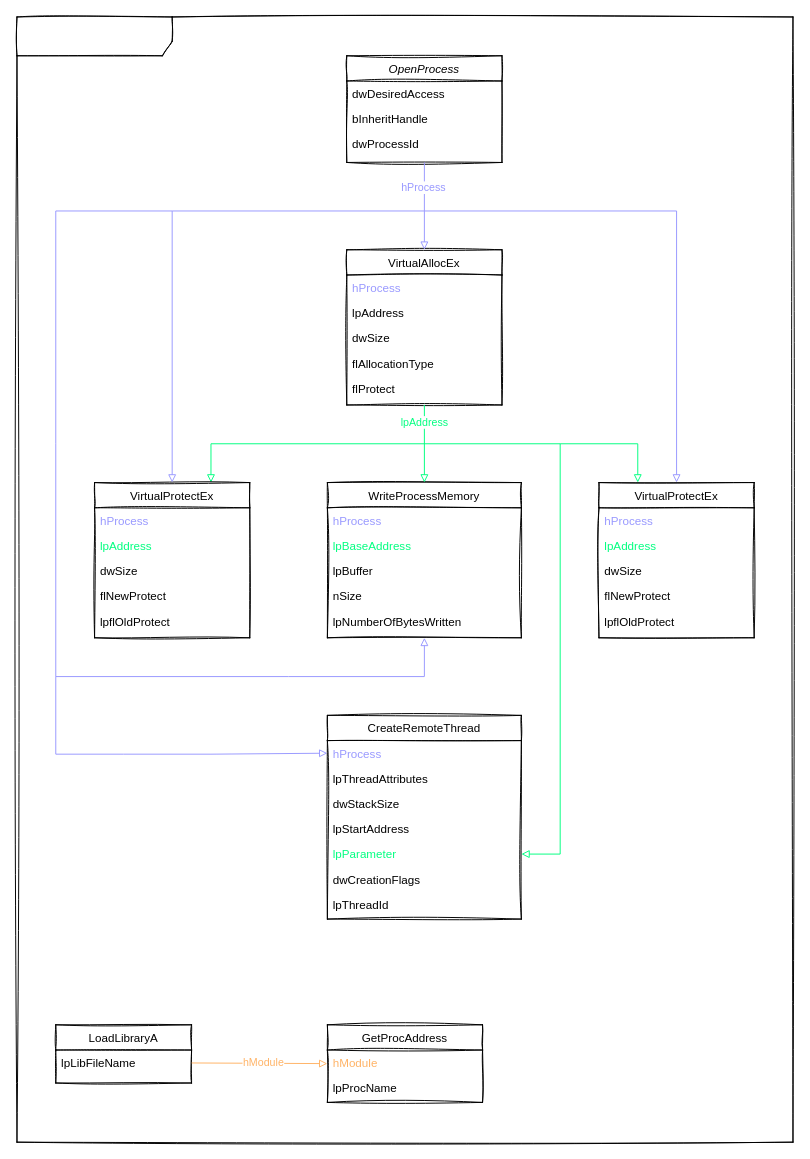
Before: docs/drawio/injectModule.drawio in themonsterdev/reverse-engineering, a draw.io diagram. Source tidied: cells renumbered, new cells numbered last; positions are measured from the earlier drawing's top-left corner, leaving out a move shared by most shapes. Both pictures are drawn from the tidied source at 97%, with x=0, y=0 at pixel (16, 16).
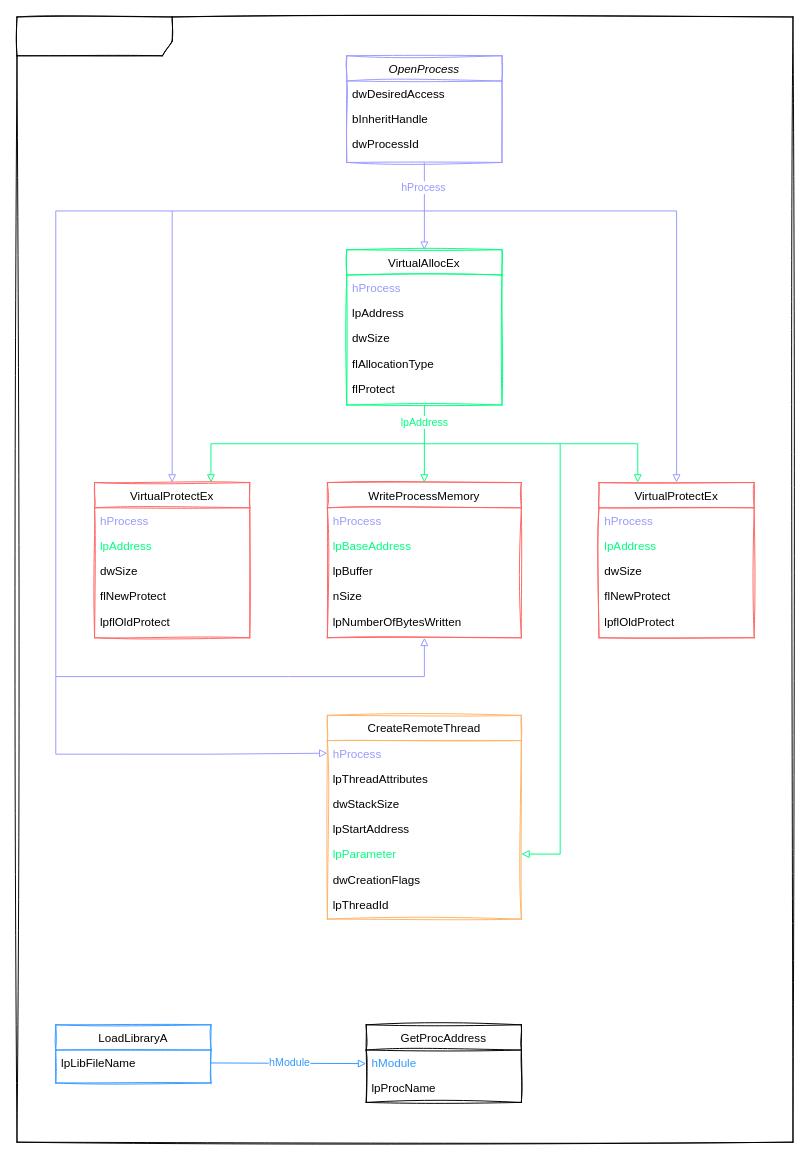
Above is the later version.

Change to the diagram source:
```diff
@@
-    <mxCell id="2" value="OpenProcess" style="swimlane;fontStyle=2;align=center;verticalAlign=top;horizontal=1;startSize=26;rounded=0;shadow=0;strokeWidth=1;swimlaneFillColor=none;sketch=1;glass=0;" parent="1" vertex="1">
+    <mxCell id="2" value="OpenProcess" style="swimlane;fontStyle=2;align=center;verticalAlign=top;horizontal=1;startSize=26;rounded=0;shadow=0;strokeWidth=1;swimlaneFillColor=none;sketch=1;glass=0;perimeterSpacing=0;strokeColor=#9999FF;" parent="1" vertex="1">
       <mxGeometry x="340" y="40" width="160" height="110" as="geometry" />
     </mxCell>
@@
-    <mxCell id="7" value="VirtualAllocEx" style="swimlane;fontStyle=0;align=center;verticalAlign=top;horizontal=1;startSize=26;rounded=0;shadow=0;strokeWidth=1;sketch=1;" parent="1" vertex="1">
+    <mxCell id="7" value="VirtualAllocEx" style="swimlane;fontStyle=0;align=center;verticalAlign=top;horizontal=1;startSize=26;rounded=0;shadow=0;strokeWidth=1;sketch=1;strokeColor=#00FF80;" parent="1" vertex="1">
       <mxGeometry x="340" y="240" width="160" height="160" as="geometry" />
     </mxCell>
@@
-    <mxCell id="13" value="VirtualProtectEx" style="swimlane;fontStyle=0;align=center;verticalAlign=top;horizontal=1;startSize=26;rounded=0;shadow=0;strokeWidth=1;sketch=1;" parent="1" vertex="1">
+    <mxCell id="13" value="VirtualProtectEx" style="swimlane;fontStyle=0;align=center;verticalAlign=top;horizontal=1;startSize=26;rounded=0;shadow=0;strokeWidth=1;sketch=1;strokeColor=#FF6666;" parent="1" vertex="1">
       <mxGeometry x="80" y="480" width="160" height="160" as="geometry" />
     </mxCell>
@@
-    <mxCell id="20" value="WriteProcessMemory" style="swimlane;fontStyle=0;align=center;verticalAlign=top;horizontal=1;startSize=26;rounded=0;shadow=0;strokeWidth=1;sketch=1;" parent="1" vertex="1">
+    <mxCell id="20" value="WriteProcessMemory" style="swimlane;fontStyle=0;align=center;verticalAlign=top;horizontal=1;startSize=26;rounded=0;shadow=0;strokeWidth=1;sketch=1;strokeColor=#FF6666;" parent="1" vertex="1">
       <mxGeometry x="320" y="480" width="200" height="160" as="geometry" />
     </mxCell>
@@
-    <mxCell id="26" value="VirtualProtectEx" style="swimlane;fontStyle=0;align=center;verticalAlign=top;horizontal=1;startSize=26;rounded=0;shadow=0;strokeWidth=1;sketch=1;" parent="1" vertex="1">
+    <mxCell id="26" value="VirtualProtectEx" style="swimlane;fontStyle=0;align=center;verticalAlign=top;horizontal=1;startSize=26;rounded=0;shadow=0;strokeWidth=1;sketch=1;strokeColor=#FF6666;" parent="1" vertex="1">
       <mxGeometry x="600" y="480" width="160" height="160" as="geometry" />
     </mxCell>
@@
-    <mxCell id="32" value="LoadLibraryA" style="swimlane;fontStyle=0;align=center;verticalAlign=top;horizontal=1;startSize=26;rounded=0;shadow=0;strokeWidth=1;sketch=1;" parent="1" vertex="1">
-      <mxGeometry x="40" y="1039" width="140" height="60" as="geometry" />
+    <mxCell id="32" value="LoadLibraryA" style="swimlane;fontStyle=0;align=center;verticalAlign=top;horizontal=1;startSize=26;rounded=0;shadow=0;strokeWidth=1;sketch=1;strokeColor=#3399FF;" parent="1" vertex="1">
+      <mxGeometry x="40" y="1039" width="160" height="60" as="geometry" />
     </mxCell>
     <mxCell id="33" value="lpLibFileName" style="text;align=left;verticalAlign=top;spacingLeft=4;spacingRight=4;overflow=hidden;points=[[0,0.5],[1,0.5]];portConstraint=eastwest;" parent="32" vertex="1">
-      <mxGeometry y="26" width="140" height="26" as="geometry" />
+      <mxGeometry y="26" width="160" height="26" as="geometry" />
     </mxCell>
     <mxCell id="34" value="GetProcAddress" style="swimlane;fontStyle=0;align=center;verticalAlign=top;horizontal=1;startSize=26;rounded=0;shadow=0;strokeWidth=1;sketch=1;" parent="1" vertex="1">
-      <mxGeometry x="320" y="1039" width="160" height="80" as="geometry" />
+      <mxGeometry x="360" y="1039" width="160" height="80" as="geometry" />
     </mxCell>
-    <mxCell id="35" value="hModule" style="text;align=left;verticalAlign=top;spacingLeft=4;spacingRight=4;overflow=hidden;fontColor=#FFB366;" parent="34" vertex="1">
+    <mxCell id="35" value="hModule" style="text;align=left;verticalAlign=top;spacingLeft=4;spacingRight=4;overflow=hidden;fontColor=#3399FF;" parent="34" vertex="1">
       <mxGeometry y="26" width="160" height="26" as="geometry" />
     </mxCell>
@@
-    <mxCell id="38" value="CreateRemoteThread" style="swimlane;fontStyle=0;align=center;verticalAlign=top;horizontal=1;startSize=26;rounded=0;shadow=0;strokeWidth=1;sketch=1;" parent="1" vertex="1">
+    <mxCell id="38" value="CreateRemoteThread" style="swimlane;fontStyle=0;align=center;verticalAlign=top;horizontal=1;startSize=26;rounded=0;shadow=0;strokeWidth=1;sketch=1;strokeColor=#FFB366;" parent="1" vertex="1">
       <mxGeometry x="320" y="720" width="200" height="210" as="geometry" />
     </mxCell>
@@
-    <mxCell id="55" style="edgeStyle=none;rounded=0;jettySize=auto;html=1;entryX=0;entryY=0.5;entryDx=0;entryDy=0;startArrow=none;startFill=0;endArrow=block;endFill=0;fontColor=#FFB366;strokeColor=#FFB366;" parent="1" edge="1" source="33" target="34">
+    <mxCell id="55" style="edgeStyle=none;rounded=0;jettySize=auto;html=1;entryX=0;entryY=0.5;entryDx=0;entryDy=0;startArrow=none;startFill=0;endArrow=block;endFill=0;fontColor=#FFB366;strokeColor=#3399FF;" parent="1" edge="1" source="33" target="34">
       <mxGeometry relative="1" as="geometry" />
     </mxCell>
-    <mxCell id="56" value="hModule" style="edgeLabel;html=1;align=center;verticalAlign=middle;fontColor=#FFB366;" parent="55" vertex="1">
+    <mxCell id="56" value="hModule" style="edgeLabel;html=1;align=center;verticalAlign=middle;fontColor=#3399FF;" parent="55" vertex="1">
       <mxGeometry x="-0.26" y="2" relative="1" as="geometry">
         <mxPoint x="21.2" y="1" as="offset" />
       </mxGeometry>
     </mxCell>
```
